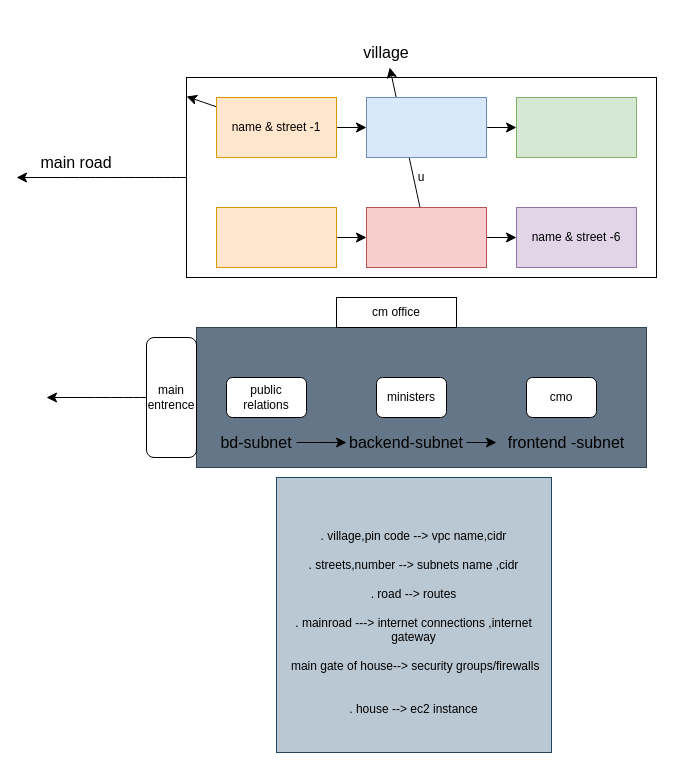
Earlier version of the draw.io diagram vpc  .drawio (Raidi13/diagrams). Source tidied: cells renumbered, new cells numbered last; positions are measured from the earlier drawing's top-left corner, leaving out a move shared by most shapes. Both pictures are drawn from the tidied source at 100%, with x=0, y=0 at pixel (16, 37).
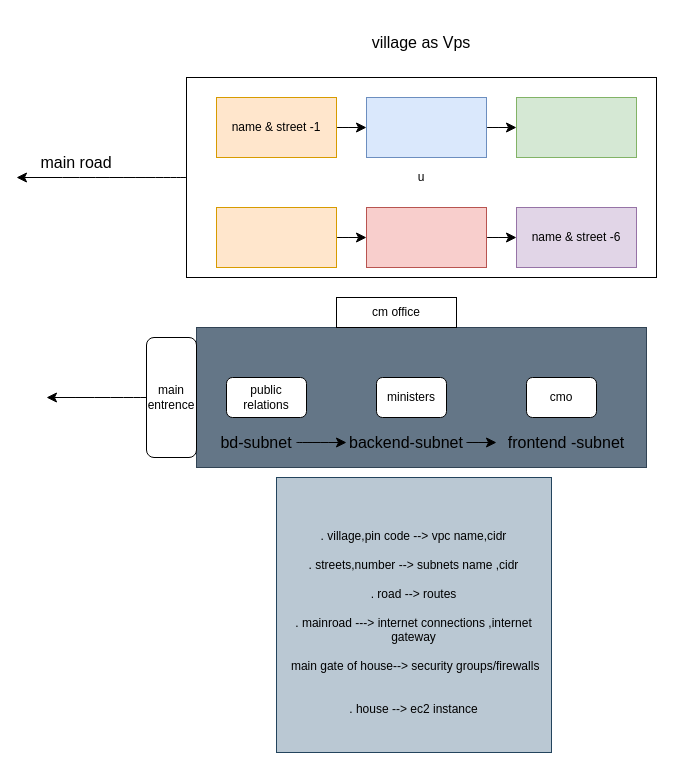
Above is the later version.

Unchanged cells that the change refers to:
```xml
<mxCell id="3" value="u" style="rounded=0;whiteSpace=wrap;html=1;" parent="1" vertex="1">
  <mxGeometry x="170" y="40" width="470" height="200" as="geometry" />
</mxCell>
<mxCell id="10" value="name &amp;amp; street -1" style="rounded=0;whiteSpace=wrap;html=1;fillColor=#ffe6cc;strokeColor=#d79b00;" parent="1" vertex="1">
  <mxGeometry x="200" y="60" width="120" height="60" as="geometry" />
</mxCell>
<mxCell id="13" style="rounded=0;whiteSpace=wrap;html=1;fillColor=#f8cecc;strokeColor=#b85450;" parent="1" vertex="1">
  <mxGeometry x="350" y="170" width="120" height="60" as="geometry" />
</mxCell>
```

Change to the diagram source:
```diff
@@
-    <mxCell id="8" style="edgeStyle=none;curved=1;rounded=0;jettySize=auto;html=1;fontSize=12;startSize=8;endSize=8;" parent="1" edge="1" source="10" target="3">
-      <mxGeometry relative="1" as="geometry" />
-    </mxCell>
@@
-    <mxCell id="12" style="edgeStyle=none;curved=1;rounded=0;jettySize=auto;html=1;fontSize=12;startSize=8;endSize=8;" parent="1" edge="1" source="13" target="25">
-      <mxGeometry relative="1" as="geometry" />
-    </mxCell>
@@
-    <mxCell id="25" value="village" style="text;html=1;align=center;verticalAlign=middle;whiteSpace=wrap;rounded=0;fontSize=16;" parent="1" vertex="1">
-      <mxGeometry x="340" width="60" height="30" as="geometry" />
+    <mxCell id="25" value="village as Vps" style="text;html=1;align=center;verticalAlign=middle;whiteSpace=wrap;rounded=0;fontSize=16;" parent="1" vertex="1">
+      <mxGeometry x="340" y="-20" width="130" height="50" as="geometry" />
     </mxCell>
```
